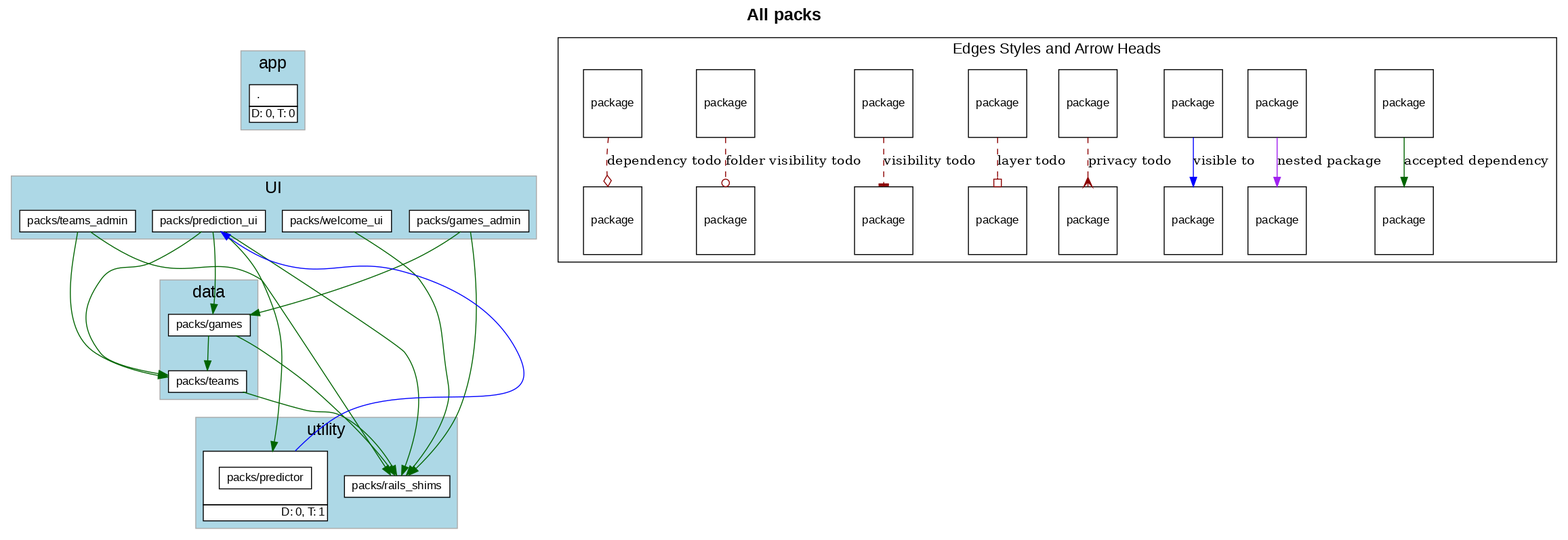
Earlier version of the Graphviz export diagrams/all_packs_with_todo.png (shageman/package-based-rails-applications). Its source is kept beside it as diagrams/all_packs_with_todo.dot.
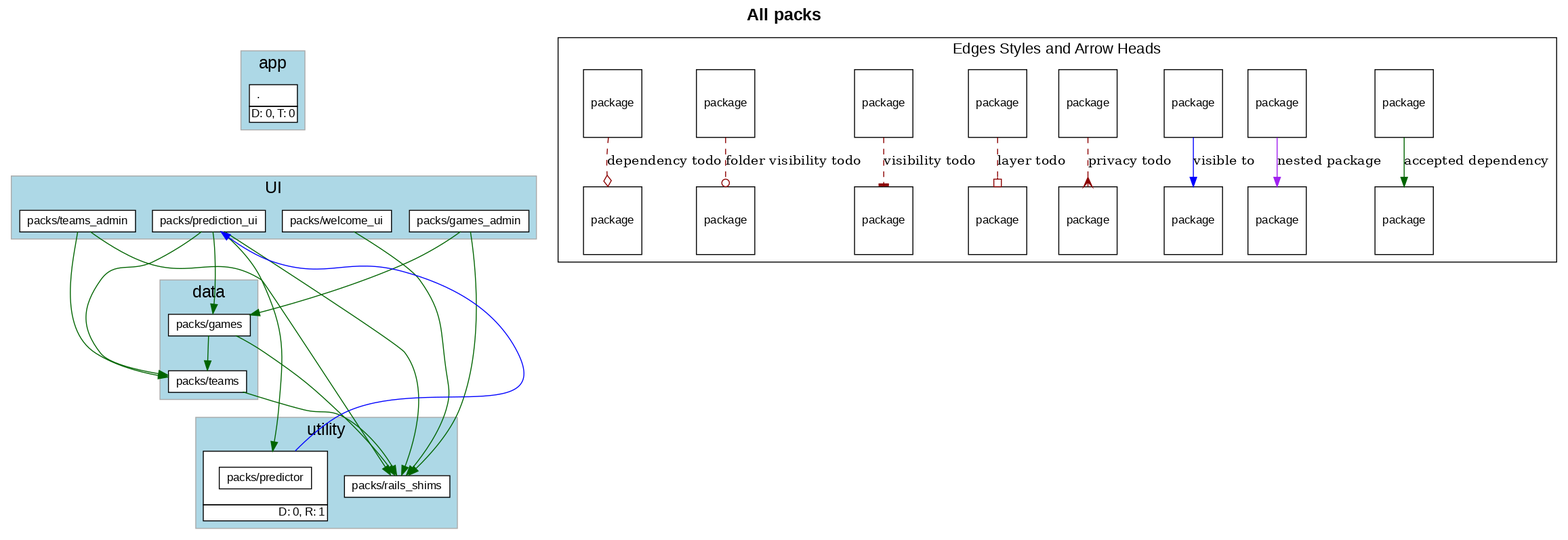
Later version of the same file.

The edit, as a diff of the source:
```diff
@@ -133,7 +133,7 @@
                     <tr> <td port='private'> packs/predictor </td> </tr>
                   </table>
                   </td></tr>
-                  <tr><td CELLPADDING='1' ALIGN='RIGHT'>D: 0, T: 1</td></tr>
+                  <tr><td CELLPADDING='1' ALIGN='RIGHT'>D: 0, R: 1</td></tr>
                   </table>
               >
           ]
```
